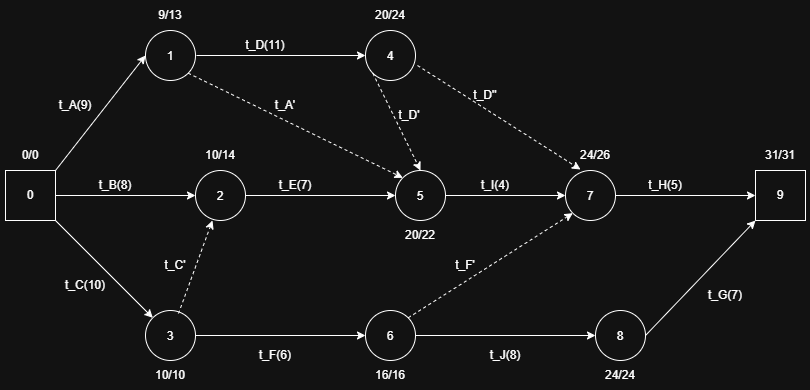
This is template-do-an-ttnt/figs/pert_chart.png from T-glonk/24CT1-Tran_Quoc_Trung-CNPM, a draw.io export, as it was before one commit. Source tidied: cells renumbered, new cells last; positions are measured from the earlier drawing's top-left corner, leaving out a move shared by most shapes. The source it was exported from:
```xml
<mxGraphModel>
  <root>
    <mxCell id="0" />
    <mxCell id="1" parent="0" />
    <mxCell id="2" value="0" style="whiteSpace=wrap;html=1;" parent="1" vertex="1">
      <mxGeometry x="5" y="170" width="50" height="50" as="geometry" />
    </mxCell>
    <mxCell id="3" value="1" style="ellipse;whiteSpace=wrap;html=1;shapeInside=1;" parent="1" vertex="1">
      <mxGeometry x="145" y="30" width="50" height="50" as="geometry" />
    </mxCell>
    <mxCell id="4" value="3" style="ellipse;whiteSpace=wrap;html=1;shapeInside=1;" parent="1" vertex="1">
      <mxGeometry x="145" y="310" width="50" height="50" as="geometry" />
    </mxCell>
    <mxCell id="5" value="2" style="ellipse;whiteSpace=wrap;html=1;shapeInside=1;" parent="1" vertex="1">
      <mxGeometry x="195" y="170" width="50" height="50" as="geometry" />
    </mxCell>
    <mxCell id="6" style="endArrow=classic;html=1;rounded=0;defaultLabelBackgroundColor=page;labelPadding=0 4;exitX=1;exitY=0.5;exitDx=0;exitDy=0;entryX=0;entryY=0.5;entryDx=0;entryDy=0;" parent="1" edge="1" source="2" target="5">
      <mxGeometry relative="1" as="geometry" />
    </mxCell>
    <mxCell id="7" style="endArrow=classic;html=1;rounded=0;defaultLabelBackgroundColor=page;labelPadding=0 4;exitX=1;exitY=0;exitDx=0;exitDy=0;entryX=0;entryY=0.5;entryDx=0;entryDy=0;" parent="1" edge="1" source="2" target="3">
      <mxGeometry relative="1" as="geometry" />
    </mxCell>
    <mxCell id="8" style="endArrow=classic;html=1;rounded=0;defaultLabelBackgroundColor=page;labelPadding=0 4;exitX=1;exitY=1;exitDx=0;exitDy=0;" parent="1" edge="1" source="2" target="4">
      <mxGeometry relative="1" as="geometry" />
    </mxCell>
    <mxCell id="9" value="4" style="ellipse;whiteSpace=wrap;html=1;shapeInside=1;" parent="1" vertex="1">
      <mxGeometry x="365" y="30" width="50" height="50" as="geometry" />
    </mxCell>
    <mxCell id="10" value="6" style="ellipse;whiteSpace=wrap;html=1;shapeInside=1;" parent="1" vertex="1">
      <mxGeometry x="365" y="310" width="50" height="50" as="geometry" />
    </mxCell>
    <mxCell id="11" value="5" style="ellipse;whiteSpace=wrap;html=1;shapeInside=1;" parent="1" vertex="1">
      <mxGeometry x="395" y="170" width="50" height="50" as="geometry" />
    </mxCell>
    <mxCell id="12" style="endArrow=classic;html=1;rounded=0;defaultLabelBackgroundColor=page;labelPadding=0 4;entryX=0;entryY=0.5;entryDx=0;entryDy=0;" parent="1" edge="1" target="9">
      <mxGeometry relative="1" as="geometry">
        <mxPoint x="196" y="55" as="sourcePoint" />
      </mxGeometry>
    </mxCell>
    <mxCell id="13" style="endArrow=classic;html=1;rounded=0;defaultLabelBackgroundColor=page;labelPadding=0 4;exitX=1;exitY=0.5;exitDx=0;exitDy=0;entryX=0;entryY=0.5;entryDx=0;entryDy=0;" parent="1" edge="1" source="4" target="10">
      <mxGeometry relative="1" as="geometry" />
    </mxCell>
    <mxCell id="14" style="endArrow=classic;html=1;rounded=0;defaultLabelBackgroundColor=page;labelPadding=0 4;exitX=1;exitY=0.5;exitDx=0;exitDy=0;entryX=0;entryY=0.5;entryDx=0;entryDy=0;" parent="1" edge="1" source="5" target="11">
      <mxGeometry relative="1" as="geometry" />
    </mxCell>
    <mxCell id="15" style="endArrow=classic;html=1;rounded=0;defaultLabelBackgroundColor=page;labelPadding=0 4;exitX=0.66;exitY=0.06;exitDx=0;exitDy=0;entryX=0.34;entryY=1;entryDx=0;entryDy=0;exitPerimeter=0;entryPerimeter=0;dashed=1;" parent="1" edge="1" source="4" target="5">
      <mxGeometry relative="1" as="geometry" />
    </mxCell>
    <mxCell id="16" style="endArrow=classic;html=1;rounded=0;defaultLabelBackgroundColor=page;labelPadding=0 4;exitX=1;exitY=1;exitDx=0;exitDy=0;entryX=0;entryY=0;entryDx=0;entryDy=0;dashed=1;" parent="1" edge="1" source="3" target="11">
      <mxGeometry relative="1" as="geometry" />
    </mxCell>
    <mxCell id="17" style="endArrow=classic;html=1;rounded=0;defaultLabelBackgroundColor=page;labelPadding=0 4;exitX=0;exitY=1;exitDx=0;exitDy=0;entryX=0.5;entryY=0;entryDx=0;entryDy=0;dashed=1;" parent="1" edge="1" source="9" target="11">
      <mxGeometry relative="1" as="geometry" />
    </mxCell>
    <mxCell id="18" value="8" style="ellipse;whiteSpace=wrap;html=1;shapeInside=1;" parent="1" vertex="1">
      <mxGeometry x="595" y="310" width="50" height="50" as="geometry" />
    </mxCell>
    <mxCell id="19" value="7" style="ellipse;whiteSpace=wrap;html=1;shapeInside=1;" parent="1" vertex="1">
      <mxGeometry x="565" y="170" width="50" height="50" as="geometry" />
    </mxCell>
    <mxCell id="20" style="endArrow=classic;html=1;rounded=0;defaultLabelBackgroundColor=page;labelPadding=0 4;exitX=1;exitY=0.5;exitDx=0;exitDy=0;entryX=0;entryY=0.5;entryDx=0;entryDy=0;" parent="1" edge="1" source="10" target="18">
      <mxGeometry relative="1" as="geometry" />
    </mxCell>
    <mxCell id="21" style="endArrow=classic;html=1;rounded=0;defaultLabelBackgroundColor=page;labelPadding=0 4;exitX=1;exitY=0.5;exitDx=0;exitDy=0;entryX=0;entryY=0.5;entryDx=0;entryDy=0;" parent="1" edge="1" source="11" target="19">
      <mxGeometry relative="1" as="geometry" />
    </mxCell>
    <mxCell id="22" value="9" style="whiteSpace=wrap;html=1;" parent="1" vertex="1">
      <mxGeometry x="755" y="170" width="50" height="50" as="geometry" />
    </mxCell>
    <mxCell id="23" style="endArrow=classic;html=1;rounded=0;defaultLabelBackgroundColor=page;labelPadding=0 4;exitX=1;exitY=0.5;exitDx=0;exitDy=0;entryX=0;entryY=1;entryDx=0;entryDy=0;" parent="1" edge="1" source="18" target="22">
      <mxGeometry relative="1" as="geometry" />
    </mxCell>
    <mxCell id="24" style="endArrow=classic;html=1;rounded=0;defaultLabelBackgroundColor=page;labelPadding=0 4;exitX=1;exitY=0.5;exitDx=0;exitDy=0;entryX=0;entryY=0.5;entryDx=0;entryDy=0;" parent="1" edge="1" source="19" target="22">
      <mxGeometry relative="1" as="geometry" />
    </mxCell>
    <mxCell id="25" style="endArrow=classic;html=1;rounded=0;defaultLabelBackgroundColor=page;labelPadding=0 4;exitX=1.04;exitY=0.7;exitDx=0;exitDy=0;entryX=0.3;entryY=-0.02;entryDx=0;entryDy=0;dashed=1;exitPerimeter=0;entryPerimeter=0;" parent="1" edge="1" source="9" target="19">
      <mxGeometry relative="1" as="geometry" />
    </mxCell>
    <mxCell id="26" style="endArrow=classic;html=1;rounded=0;defaultLabelBackgroundColor=page;labelPadding=0 4;exitX=1;exitY=0;exitDx=0;exitDy=0;entryX=0;entryY=1;entryDx=0;entryDy=0;dashed=1;" parent="1" edge="1" source="10" target="19">
      <mxGeometry relative="1" as="geometry" />
    </mxCell>
    <mxCell id="27" value="t_A(9)" style="text;html=1;whiteSpace=wrap;strokeColor=none;fillColor=none;align=center;verticalAlign=middle;rounded=0;" parent="1" vertex="1">
      <mxGeometry x="45" y="90" width="60" height="30" as="geometry" />
    </mxCell>
    <mxCell id="28" value="t_G(7)" style="text;html=1;whiteSpace=wrap;strokeColor=none;fillColor=none;align=center;verticalAlign=middle;rounded=0;" parent="1" vertex="1">
      <mxGeometry x="695" y="280" width="60" height="30" as="geometry" />
    </mxCell>
    <mxCell id="29" value="t_H(5)" style="text;html=1;whiteSpace=wrap;strokeColor=none;fillColor=none;align=center;verticalAlign=middle;rounded=0;" parent="1" vertex="1">
      <mxGeometry x="635" y="170" width="60" height="30" as="geometry" />
    </mxCell>
    <mxCell id="30" value="t_B(8)" style="text;html=1;whiteSpace=wrap;strokeColor=none;fillColor=none;align=center;verticalAlign=middle;rounded=0;" parent="1" vertex="1">
      <mxGeometry x="85" y="170" width="60" height="30" as="geometry" />
    </mxCell>
    <mxCell id="31" value="t_J(8)" style="text;html=1;whiteSpace=wrap;strokeColor=none;fillColor=none;align=center;verticalAlign=middle;rounded=0;" parent="1" vertex="1">
      <mxGeometry x="475" y="340" width="60" height="30" as="geometry" />
    </mxCell>
    <mxCell id="32" value="t_I(4)" style="text;html=1;whiteSpace=wrap;strokeColor=none;fillColor=none;align=center;verticalAlign=middle;rounded=0;" parent="1" vertex="1">
      <mxGeometry x="465" y="170" width="60" height="30" as="geometry" />
    </mxCell>
    <mxCell id="33" value="t_D(11)" style="text;html=1;whiteSpace=wrap;strokeColor=none;fillColor=none;align=center;verticalAlign=middle;rounded=0;" parent="1" vertex="1">
      <mxGeometry x="235" y="30" width="60" height="30" as="geometry" />
    </mxCell>
    <mxCell id="34" value="t_E(7)" style="text;html=1;whiteSpace=wrap;strokeColor=none;fillColor=none;align=center;verticalAlign=middle;rounded=0;" parent="1" vertex="1">
      <mxGeometry x="265" y="170" width="60" height="30" as="geometry" />
    </mxCell>
    <mxCell id="35" value="t_F(6)" style="text;html=1;whiteSpace=wrap;strokeColor=none;fillColor=none;align=center;verticalAlign=middle;rounded=0;" parent="1" vertex="1">
      <mxGeometry x="245" y="340" width="60" height="30" as="geometry" />
    </mxCell>
    <mxCell id="36" value="t_C(10)" style="text;html=1;whiteSpace=wrap;strokeColor=none;fillColor=none;align=center;verticalAlign=middle;rounded=0;" parent="1" vertex="1">
      <mxGeometry x="55" y="270" width="60" height="30" as="geometry" />
    </mxCell>
    <mxCell id="37" value="9/13" style="text;html=1;whiteSpace=wrap;strokeColor=none;fillColor=none;align=center;verticalAlign=middle;rounded=0;" parent="1" vertex="1">
      <mxGeometry x="140" width="60" height="30" as="geometry" />
    </mxCell>
    <mxCell id="38" value="0/0" style="text;html=1;whiteSpace=wrap;strokeColor=none;fillColor=none;align=center;verticalAlign=middle;rounded=0;" parent="1" vertex="1">
      <mxGeometry y="140" width="60" height="30" as="geometry" />
    </mxCell>
    <mxCell id="39" value="31/31" style="text;html=1;whiteSpace=wrap;strokeColor=none;fillColor=none;align=center;verticalAlign=middle;rounded=0;" parent="1" vertex="1">
      <mxGeometry x="750" y="140" width="60" height="30" as="geometry" />
    </mxCell>
    <mxCell id="40" value="24/24" style="text;html=1;whiteSpace=wrap;strokeColor=none;fillColor=none;align=center;verticalAlign=middle;rounded=0;" parent="1" vertex="1">
      <mxGeometry x="590" y="360" width="60" height="30" as="geometry" />
    </mxCell>
    <mxCell id="41" value="24/26" style="text;html=1;whiteSpace=wrap;strokeColor=none;fillColor=none;align=center;verticalAlign=middle;rounded=0;" parent="1" vertex="1">
      <mxGeometry x="565" y="140" width="60" height="30" as="geometry" />
    </mxCell>
    <mxCell id="42" value="16/16" style="text;html=1;whiteSpace=wrap;strokeColor=none;fillColor=none;align=center;verticalAlign=middle;rounded=0;" parent="1" vertex="1">
      <mxGeometry x="360" y="360" width="60" height="30" as="geometry" />
    </mxCell>
    <mxCell id="43" value="20/22" style="text;html=1;whiteSpace=wrap;strokeColor=none;fillColor=none;align=center;verticalAlign=middle;rounded=0;" parent="1" vertex="1">
      <mxGeometry x="390" y="220" width="60" height="30" as="geometry" />
    </mxCell>
    <mxCell id="44" value="10/10" style="text;html=1;whiteSpace=wrap;strokeColor=none;fillColor=none;align=center;verticalAlign=middle;rounded=0;" parent="1" vertex="1">
      <mxGeometry x="140" y="360" width="60" height="30" as="geometry" />
    </mxCell>
    <mxCell id="45" value="20/24" style="text;html=1;whiteSpace=wrap;strokeColor=none;fillColor=none;align=center;verticalAlign=middle;rounded=0;" parent="1" vertex="1">
      <mxGeometry x="360" width="60" height="30" as="geometry" />
    </mxCell>
    <mxCell id="46" value="10/14" style="text;html=1;whiteSpace=wrap;strokeColor=none;fillColor=none;align=center;verticalAlign=middle;rounded=0;" parent="1" vertex="1">
      <mxGeometry x="190" y="140" width="60" height="30" as="geometry" />
    </mxCell>
    <mxCell id="47" value="t_C'" style="text;html=1;whiteSpace=wrap;strokeColor=none;fillColor=none;align=center;verticalAlign=middle;rounded=0;" parent="1" vertex="1">
      <mxGeometry x="145" y="250" width="60" height="30" as="geometry" />
    </mxCell>
    <mxCell id="48" value="t_F'" style="text;html=1;whiteSpace=wrap;strokeColor=none;fillColor=none;align=center;verticalAlign=middle;rounded=0;" parent="1" vertex="1">
      <mxGeometry x="435" y="250" width="60" height="30" as="geometry" />
    </mxCell>
    <mxCell id="49" value="t_A'" style="text;html=1;whiteSpace=wrap;strokeColor=none;fillColor=none;align=center;verticalAlign=middle;rounded=0;" parent="1" vertex="1">
      <mxGeometry x="255" y="90" width="60" height="30" as="geometry" />
    </mxCell>
    <mxCell id="50" value="t_D'" style="text;html=1;whiteSpace=wrap;strokeColor=none;fillColor=none;align=center;verticalAlign=middle;rounded=0;" parent="1" vertex="1">
      <mxGeometry x="379" y="100" width="60" height="30" as="geometry" />
    </mxCell>
    <mxCell id="51" value="t_D''" style="text;html=1;whiteSpace=wrap;strokeColor=none;fillColor=none;align=center;verticalAlign=middle;rounded=0;" parent="1" vertex="1">
      <mxGeometry x="455" y="80" width="60" height="30" as="geometry" />
    </mxCell>
  </root>
</mxGraphModel>
```
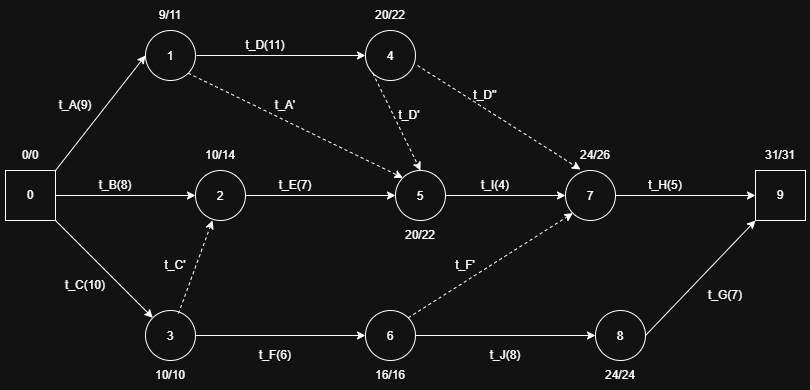
After the change.

Commit message:
fix: Cap nhat lai hinh anh so do PERT moi tu thu muc HINH ANH/SO DO PERT vao bao cao

Change to the diagram source:
```diff
@@ -109,7 +109,7 @@
     <mxCell id="36" value="t_C(10)" style="text;html=1;whiteSpace=wrap;strokeColor=none;fillColor=none;align=center;verticalAlign=middle;rounded=0;" parent="1" vertex="1">
       <mxGeometry x="55" y="270" width="60" height="30" as="geometry" />
     </mxCell>
-    <mxCell id="37" value="9/13" style="text;html=1;whiteSpace=wrap;strokeColor=none;fillColor=none;align=center;verticalAlign=middle;rounded=0;" parent="1" vertex="1">
+    <mxCell id="37" value="9/11" style="text;html=1;whiteSpace=wrap;strokeColor=none;fillColor=none;align=center;verticalAlign=middle;rounded=0;" parent="1" vertex="1">
       <mxGeometry x="140" width="60" height="30" as="geometry" />
     </mxCell>
     <mxCell id="38" value="0/0" style="text;html=1;whiteSpace=wrap;strokeColor=none;fillColor=none;align=center;verticalAlign=middle;rounded=0;" parent="1" vertex="1">
@@ -133,7 +133,7 @@
     <mxCell id="44" value="10/10" style="text;html=1;whiteSpace=wrap;strokeColor=none;fillColor=none;align=center;verticalAlign=middle;rounded=0;" parent="1" vertex="1">
       <mxGeometry x="140" y="360" width="60" height="30" as="geometry" />
     </mxCell>
-    <mxCell id="45" value="20/24" style="text;html=1;whiteSpace=wrap;strokeColor=none;fillColor=none;align=center;verticalAlign=middle;rounded=0;" parent="1" vertex="1">
+    <mxCell id="45" value="20/22" style="text;html=1;whiteSpace=wrap;strokeColor=none;fillColor=none;align=center;verticalAlign=middle;rounded=0;" parent="1" vertex="1">
       <mxGeometry x="360" width="60" height="30" as="geometry" />
     </mxCell>
     <mxCell id="46" value="10/14" style="text;html=1;whiteSpace=wrap;strokeColor=none;fillColor=none;align=center;verticalAlign=middle;rounded=0;" parent="1" vertex="1">
```
